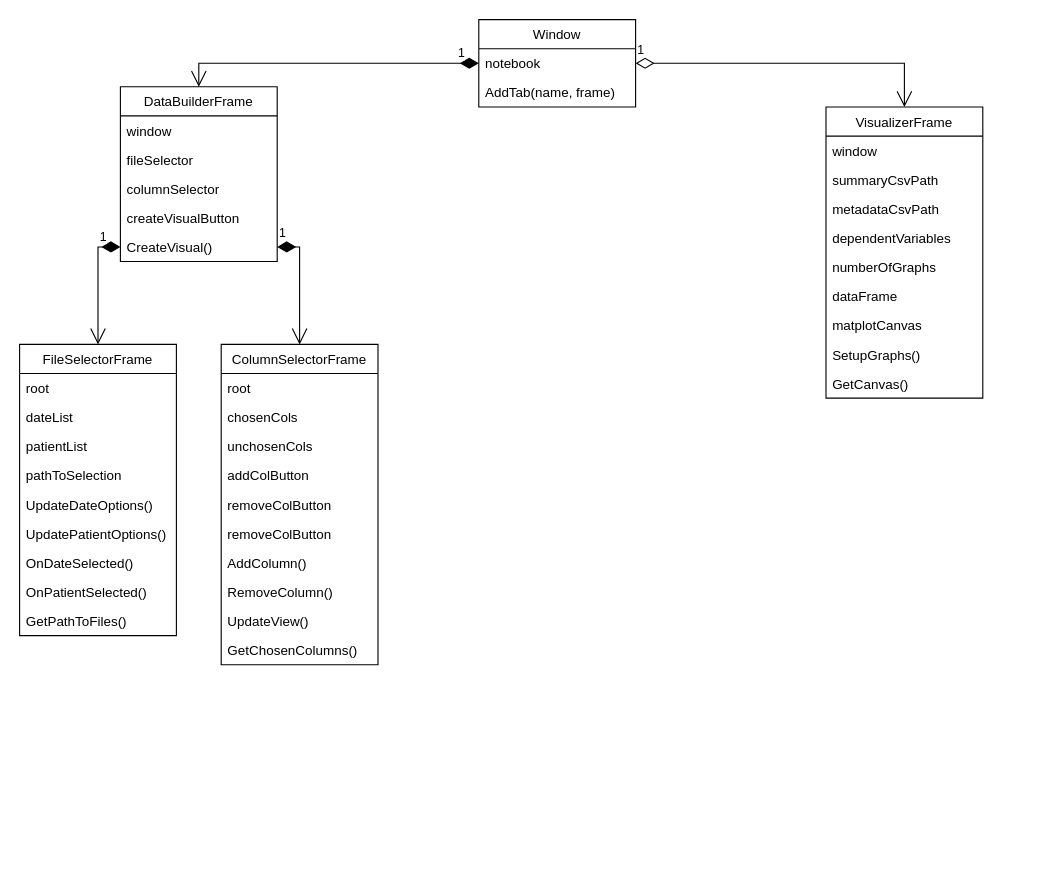
The draw.io diagram page "Page-2" (2 of 2) of diagrams/RevisedUmlDiagrams.drawio in LukiePookie1/data-visualization-application, before the edit. Source tidied: cells renumbered, new cells numbered last; positions are measured from the earlier drawing's top-left corner, leaving out a move shared by most shapes. Both pictures are drawn from the tidied source at 112%, with x=0, y=0 at pixel (19, 19).
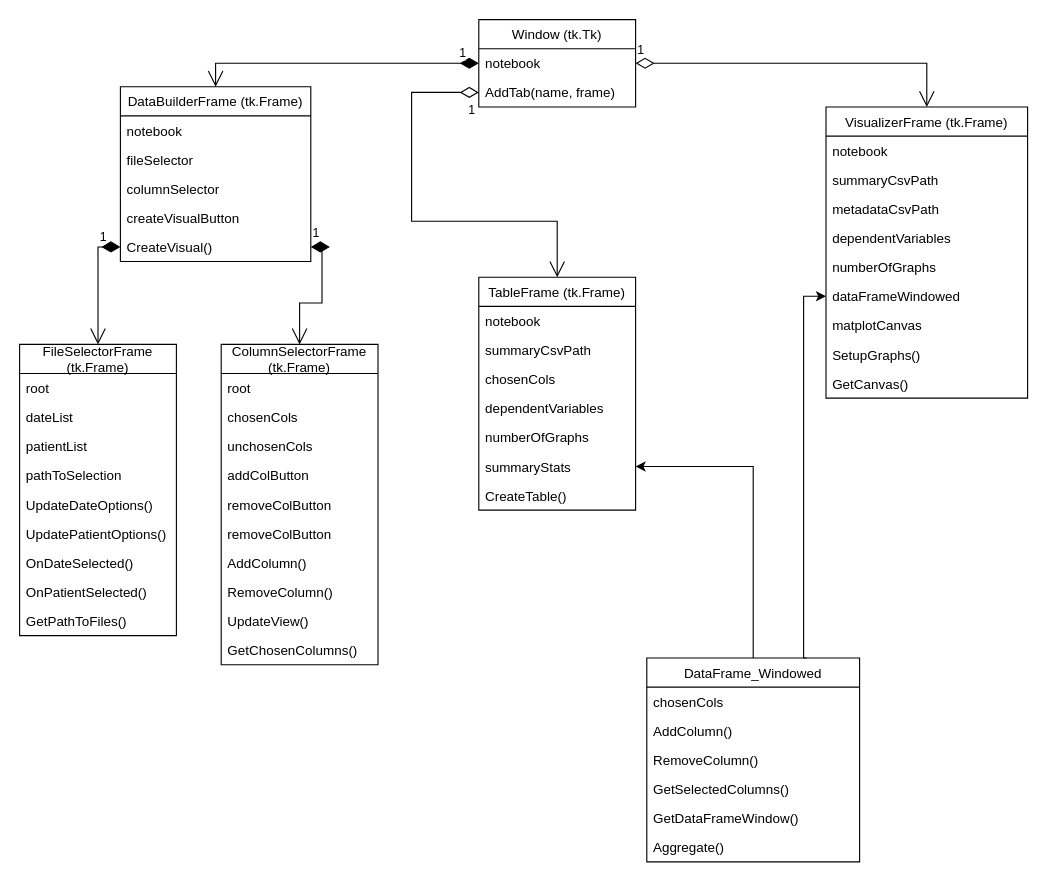
The same diagram, later.

The change refers to these unchanged cells:
```xml
<mxCell id="4" value="AddTab(name, frame)" style="text;strokeColor=none;fillColor=none;align=left;verticalAlign=top;spacingLeft=4;spacingRight=4;overflow=hidden;points=[[0,0.5],[1,0.5]];portConstraint=eastwest;" parent="2" vertex="1">
  <mxGeometry y="52" width="140" height="26" as="geometry" />
</mxCell>
```

Change to the diagram source:
```diff
@@
-<mxGraphModel>
+<mxGraphModel background="#ffffff">
@@
-    <mxCell id="2" value="Window" style="swimlane;fontStyle=0;horizontal=1;startSize=26;fillColor=none;" parent="1" vertex="1">
+    <mxCell id="2" value="Window (tk.Tk)" style="swimlane;fontStyle=0;horizontal=1;startSize=26;fillColor=none;" parent="1" vertex="1">
       <mxGeometry x="410" width="140" height="78" as="geometry" />
     </mxCell>
@@
-    <mxCell id="5" value="DataBuilderFrame" style="swimlane;fontStyle=0;horizontal=1;startSize=26;fillColor=none;" parent="1" vertex="1">
-      <mxGeometry x="90" y="60" width="140" height="156" as="geometry" />
+    <mxCell id="5" value="DataBuilderFrame (tk.Frame)" style="swimlane;fontStyle=0;horizontal=1;startSize=26;fillColor=none;" parent="1" vertex="1">
+      <mxGeometry x="90" y="60" width="170" height="156" as="geometry" />
     </mxCell>
-    <mxCell id="6" value="window" style="text;strokeColor=none;fillColor=none;align=left;verticalAlign=top;spacingLeft=4;spacingRight=4;overflow=hidden;" parent="5" vertex="1">
-      <mxGeometry y="26" width="140" height="26" as="geometry" />
+    <mxCell id="6" value="notebook" style="text;strokeColor=none;fillColor=none;align=left;verticalAlign=top;spacingLeft=4;spacingRight=4;overflow=hidden;" parent="5" vertex="1">
+      <mxGeometry y="26" width="170" height="26" as="geometry" />
     </mxCell>
     <mxCell id="7" value="fileSelector" style="text;strokeColor=none;fillColor=none;align=left;verticalAlign=top;spacingLeft=4;spacingRight=4;overflow=hidden;" parent="5" vertex="1">
-      <mxGeometry y="52" width="140" height="26" as="geometry" />
+      <mxGeometry y="52" width="170" height="26" as="geometry" />
     </mxCell>
     <mxCell id="8" value="columnSelector" style="text;strokeColor=none;fillColor=none;align=left;verticalAlign=top;spacingLeft=4;spacingRight=4;overflow=hidden;" parent="5" vertex="1">
-      <mxGeometry y="78" width="140" height="26" as="geometry" />
+      <mxGeometry y="78" width="170" height="26" as="geometry" />
     </mxCell>
     <mxCell id="9" value="createVisualButton" style="text;strokeColor=none;fillColor=none;align=left;verticalAlign=top;spacingLeft=4;spacingRight=4;overflow=hidden;" parent="5" vertex="1">
-      <mxGeometry y="104" width="140" height="26" as="geometry" />
+      <mxGeometry y="104" width="170" height="26" as="geometry" />
     </mxCell>
     <mxCell id="10" value="CreateVisual()" style="text;strokeColor=none;fillColor=none;align=left;verticalAlign=top;spacingLeft=4;spacingRight=4;overflow=hidden;points=[[0,0.5],[1,0.5]];portConstraint=eastwest;" parent="5" vertex="1">
-      <mxGeometry y="130" width="140" height="26" as="geometry" />
+      <mxGeometry y="130" width="170" height="26" as="geometry" />
     </mxCell>
-    <mxCell id="11" value="FileSelectorFrame" style="swimlane;fontStyle=0;horizontal=1;startSize=26;fillColor=none;" parent="1" vertex="1">
+    <mxCell id="11" value="FileSelectorFrame&#10;(tk.Frame)" style="swimlane;fontStyle=0;horizontal=1;startSize=26;fillColor=none;" parent="1" vertex="1">
       <mxGeometry y="290" width="140" height="260" as="geometry" />
     </mxCell>
@@
-    <mxCell id="21" value="ColumnSelectorFrame" style="swimlane;fontStyle=0;horizontal=1;startSize=26;fillColor=none;" parent="1" vertex="1">
+    <mxCell id="21" value="ColumnSelectorFrame&#10;(tk.Frame)" style="swimlane;fontStyle=0;horizontal=1;startSize=26;fillColor=none;" parent="1" vertex="1">
       <mxGeometry x="180" y="290" width="140" height="286" as="geometry" />
     </mxCell>
@@
-    <mxCell id="36" value="VisualizerFrame" style="swimlane;fontStyle=0;horizontal=1;startSize=26;fillColor=none;" parent="1" vertex="1">
-      <mxGeometry x="720" y="78" width="140" height="260" as="geometry" />
+    <mxCell id="36" value="VisualizerFrame (tk.Frame)" style="swimlane;fontStyle=0;horizontal=1;startSize=26;fillColor=none;" parent="1" vertex="1">
+      <mxGeometry x="720" y="78" width="180" height="260" as="geometry" />
     </mxCell>
-    <mxCell id="37" value="window" style="text;strokeColor=none;fillColor=none;align=left;verticalAlign=top;spacingLeft=4;spacingRight=4;overflow=hidden;" parent="36" vertex="1">
-      <mxGeometry y="26" width="140" height="26" as="geometry" />
+    <mxCell id="37" value="notebook" style="text;strokeColor=none;fillColor=none;align=left;verticalAlign=top;spacingLeft=4;spacingRight=4;overflow=hidden;" parent="36" vertex="1">
+      <mxGeometry y="26" width="180" height="26" as="geometry" />
     </mxCell>
     <mxCell id="38" value="summaryCsvPath" style="text;strokeColor=none;fillColor=none;align=left;verticalAlign=top;spacingLeft=4;spacingRight=4;overflow=hidden;" parent="36" vertex="1">
-      <mxGeometry y="52" width="140" height="26" as="geometry" />
+      <mxGeometry y="52" width="180" height="26" as="geometry" />
     </mxCell>
     <mxCell id="39" value="metadataCsvPath" style="text;strokeColor=none;fillColor=none;align=left;verticalAlign=top;spacingLeft=4;spacingRight=4;overflow=hidden;" parent="36" vertex="1">
-      <mxGeometry y="78" width="140" height="26" as="geometry" />
+      <mxGeometry y="78" width="180" height="26" as="geometry" />
     </mxCell>
     <mxCell id="40" value="dependentVariables" style="text;strokeColor=none;fillColor=none;align=left;verticalAlign=top;spacingLeft=4;spacingRight=4;overflow=hidden;" parent="36" vertex="1">
-      <mxGeometry y="104" width="140" height="26" as="geometry" />
+      <mxGeometry y="104" width="180" height="26" as="geometry" />
     </mxCell>
     <mxCell id="41" value="numberOfGraphs" style="text;strokeColor=none;fillColor=none;align=left;verticalAlign=top;spacingLeft=4;spacingRight=4;overflow=hidden;" parent="36" vertex="1">
-      <mxGeometry y="130" width="140" height="26" as="geometry" />
+      <mxGeometry y="130" width="180" height="26" as="geometry" />
     </mxCell>
-    <mxCell id="42" value="dataFrame" style="text;strokeColor=none;fillColor=none;align=left;verticalAlign=top;spacingLeft=4;spacingRight=4;overflow=hidden;points=[[0,0.5],[1,0.5]];portConstraint=eastwest;" parent="36" vertex="1">
-      <mxGeometry y="156" width="140" height="26" as="geometry" />
+    <mxCell id="42" value="dataFrameWindowed" style="text;strokeColor=none;fillColor=none;align=left;verticalAlign=top;spacingLeft=4;spacingRight=4;overflow=hidden;points=[[0,0.5],[1,0.5]];portConstraint=eastwest;" parent="36" vertex="1">
+      <mxGeometry y="156" width="180" height="26" as="geometry" />
     </mxCell>
     <mxCell id="43" value="matplotCanvas" style="text;strokeColor=none;fillColor=none;align=left;verticalAlign=top;spacingLeft=4;spacingRight=4;overflow=hidden;" parent="36" vertex="1">
-      <mxGeometry y="182" width="140" height="26" as="geometry" />
+      <mxGeometry y="182" width="180" height="26" as="geometry" />
     </mxCell>
     <mxCell id="44" value="SetupGraphs()" style="text;strokeColor=none;fillColor=none;align=left;verticalAlign=top;spacingLeft=4;spacingRight=4;overflow=hidden;" parent="36" vertex="1">
-      <mxGeometry y="208" width="140" height="26" as="geometry" />
+      <mxGeometry y="208" width="180" height="26" as="geometry" />
     </mxCell>
     <mxCell id="45" value="GetCanvas()" style="text;strokeColor=none;fillColor=none;align=left;verticalAlign=top;spacingLeft=4;spacingRight=4;overflow=hidden;" parent="36" vertex="1">
-      <mxGeometry y="234" width="140" height="26" as="geometry" />
+      <mxGeometry y="234" width="180" height="26" as="geometry" />
     </mxCell>
+    <mxCell id="46" value="1" style="endArrow=open;html=1;endSize=12;startArrow=diamondThin;startSize=14;startFill=0;edgeStyle=orthogonalEdgeStyle;align=left;verticalAlign=bottom;rounded=0;entryX=0.5;entryY=0;entryDx=0;entryDy=0;exitX=0;exitY=0.5;exitDx=0;exitDy=0;" parent="1" edge="1" source="4" target="47">
+      <mxGeometry x="-0.94" y="25" relative="1" as="geometry">
+        <Array as="points">
+          <mxPoint x="350" y="65" />
+          <mxPoint x="350" y="180" />
+          <mxPoint x="480" y="180" />
+        </Array>
+      </mxGeometry>
+    </mxCell>
+    <mxCell id="47" value="TableFrame (tk.Frame)" style="swimlane;fontStyle=0;horizontal=1;startSize=26;fillColor=none;" parent="1" vertex="1">
+      <mxGeometry x="410" y="230" width="140" height="208" as="geometry" />
+    </mxCell>
+    <mxCell id="48" value="notebook" style="text;strokeColor=none;fillColor=none;align=left;verticalAlign=top;spacingLeft=4;spacingRight=4;overflow=hidden;" parent="47" vertex="1">
+      <mxGeometry y="26" width="140" height="26" as="geometry" />
+    </mxCell>
+    <mxCell id="49" value="summaryCsvPath" style="text;strokeColor=none;fillColor=none;align=left;verticalAlign=top;spacingLeft=4;spacingRight=4;overflow=hidden;" parent="47" vertex="1">
+      <mxGeometry y="52" width="140" height="26" as="geometry" />
+    </mxCell>
+    <mxCell id="50" value="chosenCols" style="text;strokeColor=none;fillColor=none;align=left;verticalAlign=top;spacingLeft=4;spacingRight=4;overflow=hidden;" parent="47" vertex="1">
+      <mxGeometry y="78" width="140" height="26" as="geometry" />
+    </mxCell>
+    <mxCell id="51" value="dependentVariables" style="text;strokeColor=none;fillColor=none;align=left;verticalAlign=top;spacingLeft=4;spacingRight=4;overflow=hidden;" parent="47" vertex="1">
+      <mxGeometry y="104" width="140" height="26" as="geometry" />
+    </mxCell>
+    <mxCell id="52" value="numberOfGraphs" style="text;strokeColor=none;fillColor=none;align=left;verticalAlign=top;spacingLeft=4;spacingRight=4;overflow=hidden;" parent="47" vertex="1">
+      <mxGeometry y="130" width="140" height="26" as="geometry" />
+    </mxCell>
+    <mxCell id="53" value="summaryStats" style="text;strokeColor=none;fillColor=none;align=left;verticalAlign=top;spacingLeft=4;spacingRight=4;overflow=hidden;points=[[0,0.5],[1,0.5]];portConstraint=eastwest;" parent="47" vertex="1">
+      <mxGeometry y="156" width="140" height="26" as="geometry" />
+    </mxCell>
+    <mxCell id="54" value="CreateTable()" style="text;strokeColor=none;fillColor=none;align=left;verticalAlign=top;spacingLeft=4;spacingRight=4;overflow=hidden;" parent="47" vertex="1">
+      <mxGeometry y="182" width="140" height="26" as="geometry" />
+    </mxCell>
+    <mxCell id="55" style="edgeStyle=orthogonalEdgeStyle;rounded=0;jettySize=auto;html=1;exitX=0.5;exitY=0;exitDx=0;exitDy=0;entryX=1;entryY=0.5;entryDx=0;entryDy=0;" parent="1" edge="1" source="57" target="53">
+      <mxGeometry relative="1" as="geometry" />
+    </mxCell>
+    <mxCell id="56" style="edgeStyle=orthogonalEdgeStyle;rounded=0;jettySize=auto;html=1;exitX=0.75;exitY=0;exitDx=0;exitDy=0;entryX=0;entryY=0.5;entryDx=0;entryDy=0;" parent="1" edge="1" source="57" target="42">
+      <mxGeometry relative="1" as="geometry">
+        <Array as="points">
+          <mxPoint x="700" y="570" />
+          <mxPoint x="700" y="247" />
+        </Array>
+      </mxGeometry>
+    </mxCell>
+    <mxCell id="57" value="DataFrame_Windowed" style="swimlane;fontStyle=0;horizontal=1;startSize=26;fillColor=none;" parent="1" vertex="1">
+      <mxGeometry x="560" y="570" width="190" height="182" as="geometry" />
+    </mxCell>
+    <mxCell id="58" value="chosenCols" style="text;strokeColor=none;fillColor=none;align=left;verticalAlign=top;spacingLeft=4;spacingRight=4;overflow=hidden;" parent="57" vertex="1">
+      <mxGeometry y="26" width="190" height="26" as="geometry" />
+    </mxCell>
+    <mxCell id="59" value="AddColumn()" style="text;strokeColor=none;fillColor=none;align=left;verticalAlign=top;spacingLeft=4;spacingRight=4;overflow=hidden;" parent="57" vertex="1">
+      <mxGeometry y="52" width="190" height="26" as="geometry" />
+    </mxCell>
+    <mxCell id="60" value="RemoveColumn()" style="text;strokeColor=none;fillColor=none;align=left;verticalAlign=top;spacingLeft=4;spacingRight=4;overflow=hidden;" parent="57" vertex="1">
+      <mxGeometry y="78" width="190" height="26" as="geometry" />
+    </mxCell>
+    <mxCell id="61" value="GetSelectedColumns()" style="text;strokeColor=none;fillColor=none;align=left;verticalAlign=top;spacingLeft=4;spacingRight=4;overflow=hidden;" parent="57" vertex="1">
+      <mxGeometry y="104" width="190" height="26" as="geometry" />
+    </mxCell>
+    <mxCell id="62" value="GetDataFrameWindow()" style="text;strokeColor=none;fillColor=none;align=left;verticalAlign=top;spacingLeft=4;spacingRight=4;overflow=hidden;" parent="57" vertex="1">
+      <mxGeometry y="130" width="190" height="26" as="geometry" />
+    </mxCell>
+    <mxCell id="63" value="Aggregate()" style="text;strokeColor=none;fillColor=none;align=left;verticalAlign=top;spacingLeft=4;spacingRight=4;overflow=hidden;" parent="57" vertex="1">
+      <mxGeometry y="156" width="190" height="26" as="geometry" />
+    </mxCell>
```
